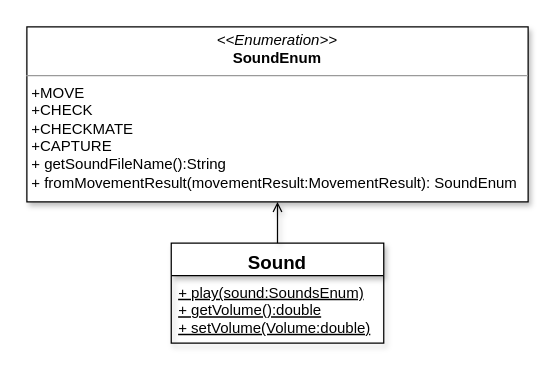
Earlier version of the draw.io diagram page "Sound" (5 of 6) of report/UML TP.drawio (zucchero-sintattico/OOP20-Jhaturanga). Source tidied: cells renumbered, new cells numbered last; positions are measured from the earlier drawing's top-left corner, leaving out a move shared by most shapes. Both pictures are drawn from the tidied source at 125%, with x=0, y=0 at pixel (26, 26).
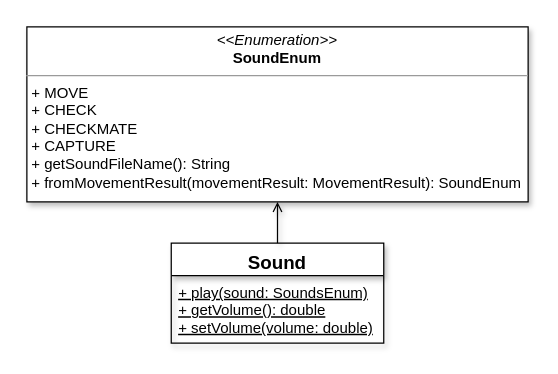
After the change.

What changed in the source:
```diff
@@
 <mxGraphModel>
   <root>
     <mxCell id="0" />
     <mxCell id="1" parent="0" />
     <mxCell id="2" value="Sound" style="swimlane;fontStyle=1;align=center;verticalAlign=top;horizontal=1;startSize=26;fontSize=15;shadow=1;" parent="1" vertex="1">
       <mxGeometry x="115.5" y="173" width="170" height="80" as="geometry" />
     </mxCell>
-    <mxCell id="3" value="+ play(sound:SoundsEnum)&#10;+ getVolume():double&#10;+ setVolume(Volume:double)" style="text;strokeColor=none;fillColor=none;align=left;verticalAlign=top;spacingLeft=4;spacingRight=4;overflow=hidden;shadow=1;fontStyle=4;" parent="2" vertex="1">
+    <mxCell id="3" value="+ play(sound: SoundsEnum)&#10;+ getVolume(): double&#10;+ setVolume(volume: double)" style="text;strokeColor=none;fillColor=none;align=left;verticalAlign=top;spacingLeft=4;spacingRight=4;overflow=hidden;shadow=1;fontStyle=4;" parent="2" vertex="1">
       <mxGeometry y="26" width="170" height="54" as="geometry" />
     </mxCell>
     <mxCell id="4" style="edgeStyle=none;rounded=0;jettySize=auto;html=1;fontSize=15;endArrow=open;endFill=0;shadow=1;entryX=0.5;entryY=1;entryDx=0;entryDy=0;" parent="1" edge="1" source="2" target="5">
       <mxGeometry relative="1" as="geometry" />
     </mxCell>
-    <mxCell id="5" value="&lt;p style=&quot;margin: 0px ; margin-top: 4px ; text-align: center&quot;&gt;&lt;i&gt;&amp;lt;&amp;lt;Enumeration&amp;gt;&amp;gt;&lt;/i&gt;&lt;br&gt;&lt;b&gt;SoundEnum&lt;/b&gt;&lt;/p&gt;&lt;hr size=&quot;1&quot;&gt;&lt;p style=&quot;margin: 0px ; margin-left: 4px&quot;&gt;+MOVE&lt;/p&gt;&lt;p style=&quot;margin: 0px ; margin-left: 4px&quot;&gt;+CHECK&lt;/p&gt;&lt;p style=&quot;margin: 0px ; margin-left: 4px&quot;&gt;+CHECKMATE&lt;/p&gt;&lt;p style=&quot;margin: 0px ; margin-left: 4px&quot;&gt;+CAPTURE&lt;/p&gt;&lt;p style=&quot;margin: 0px ; margin-left: 4px&quot;&gt;+ getSoundFileName():String&lt;br style=&quot;padding: 0px ; margin: 0px&quot;&gt;+ fromMovementResult(movementResult:MovementResult): SoundEnum&lt;br&gt;&lt;/p&gt;" style="verticalAlign=top;align=left;overflow=fill;fontSize=12;fontFamily=Helvetica;html=1;shadow=1;" parent="1" vertex="1">
+    <mxCell id="5" value="&lt;p style=&quot;margin: 0px ; margin-top: 4px ; text-align: center&quot;&gt;&lt;i&gt;&amp;lt;&amp;lt;Enumeration&amp;gt;&amp;gt;&lt;/i&gt;&lt;br&gt;&lt;b&gt;SoundEnum&lt;/b&gt;&lt;/p&gt;&lt;hr size=&quot;1&quot;&gt;&lt;p style=&quot;margin: 0px ; margin-left: 4px&quot;&gt;+ MOVE&lt;/p&gt;&lt;p style=&quot;margin: 0px ; margin-left: 4px&quot;&gt;+ CHECK&lt;/p&gt;&lt;p style=&quot;margin: 0px ; margin-left: 4px&quot;&gt;+ CHECKMATE&lt;/p&gt;&lt;p style=&quot;margin: 0px ; margin-left: 4px&quot;&gt;+ CAPTURE&lt;/p&gt;&lt;p style=&quot;margin: 0px ; margin-left: 4px&quot;&gt;+ getSoundFileName(): String&lt;br style=&quot;padding: 0px ; margin: 0px&quot;&gt;+ fromMovementResult(movementResult: MovementResult): SoundEnum&lt;br&gt;&lt;/p&gt;" style="verticalAlign=top;align=left;overflow=fill;fontSize=12;fontFamily=Helvetica;html=1;shadow=1;" parent="1" vertex="1">
       <mxGeometry width="401" height="140" as="geometry" />
     </mxCell>
   </root>
 </mxGraphModel>
```
